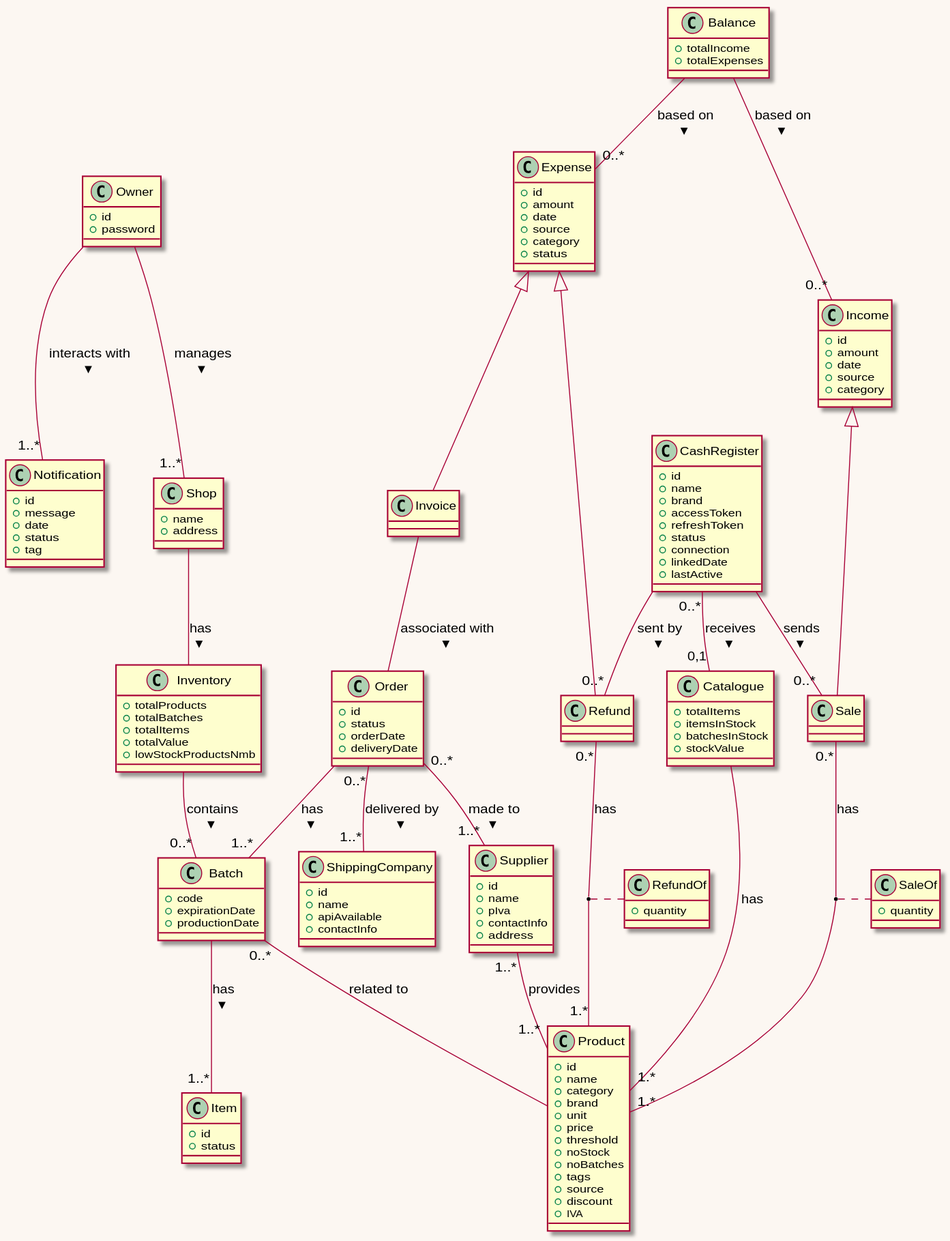
Giuseppeclv008/Project keeps this PlantUML diagram as res/plantuml/glossaryDiagram.svg. Above is the earlier version.
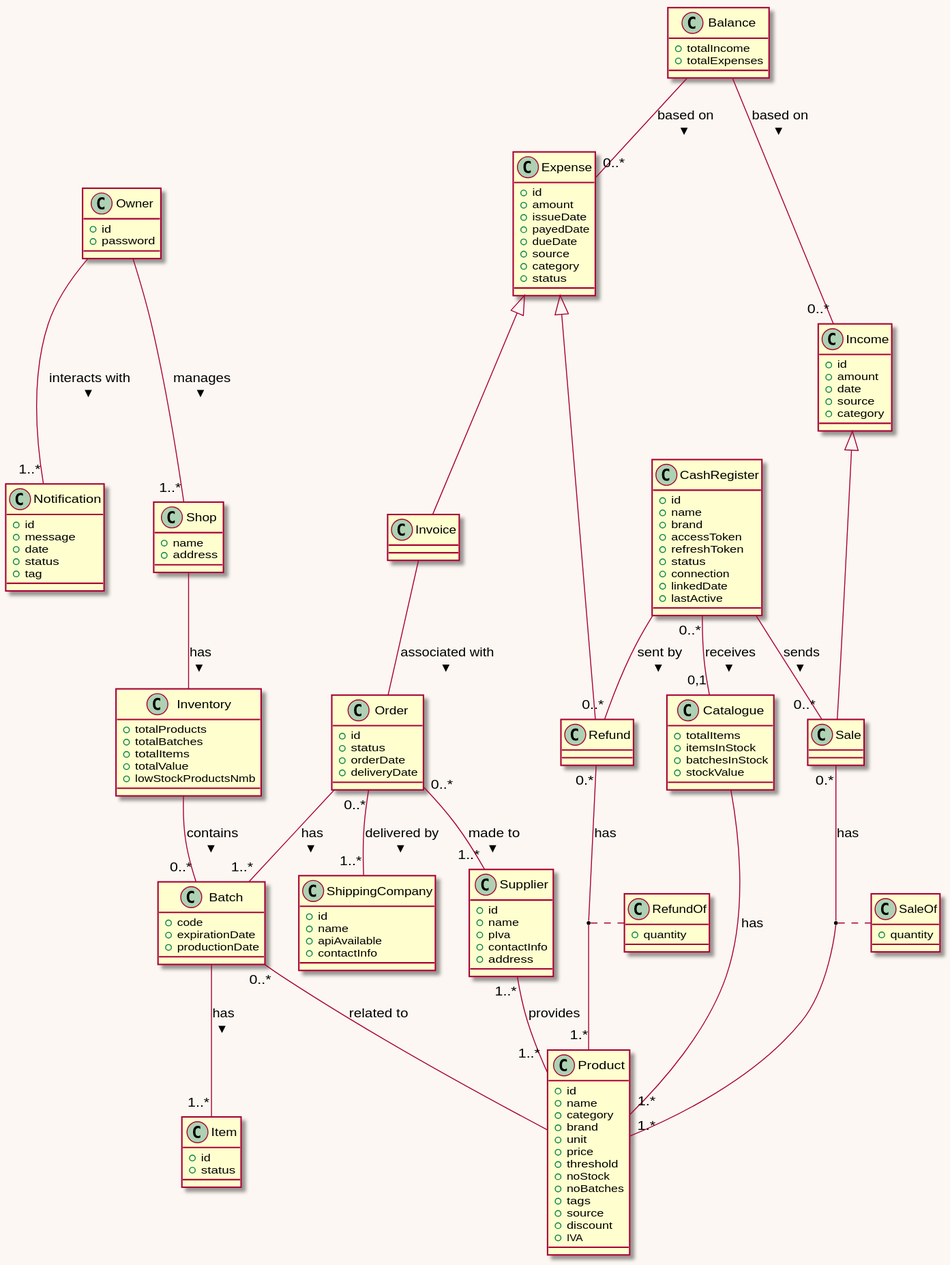
The same file after the commit.

Commit message:
feat: extended attribute list for sales and refunds

What changed in the source:
```diff
@@ -84,7 +84,9 @@
 class Expense {
     + id
     + amount
-    + date
+    + issueDate
+    + payedDate
+    + dueDate
     + source
     + category
     + status
```
